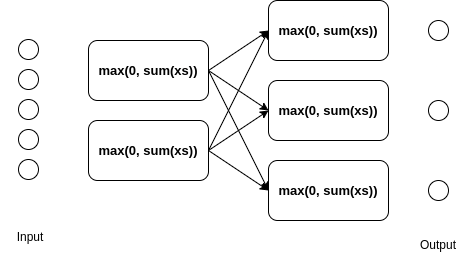
Earlier version of the draw.io export images/neural-network.drawio.png (vackosar/vackosar.github.io). Source tidied: cells renumbered, new cells last; positions are measured from the earlier drawing's top-left corner, leaving out a move shared by most shapes. Its diagram source:
```xml
<mxGraphModel>
  <root>
    <mxCell id="0" />
    <mxCell id="1" parent="0" />
    <mxCell id="2" value="&lt;b style=&quot;border-color: var(--border-color); font-size: 13px;&quot;&gt;max(0, sum(xs))&lt;/b&gt;" style="rounded=1;whiteSpace=wrap;html=1;" parent="1" vertex="1">
      <mxGeometry x="88" y="40" width="120" height="60" as="geometry" />
    </mxCell>
    <mxCell id="3" value="&lt;b style=&quot;border-color: var(--border-color); font-size: 13px;&quot;&gt;max(0, sum(xs))&lt;/b&gt;" style="rounded=1;whiteSpace=wrap;html=1;" parent="1" vertex="1">
      <mxGeometry x="88" y="120" width="120" height="60" as="geometry" />
    </mxCell>
    <mxCell id="4" value="&lt;b style=&quot;border-color: var(--border-color); font-size: 13px;&quot;&gt;max(0, sum(xs))&lt;/b&gt;" style="rounded=1;whiteSpace=wrap;html=1;" parent="1" vertex="1">
      <mxGeometry x="268" width="120" height="60" as="geometry" />
    </mxCell>
    <mxCell id="5" value="&lt;b style=&quot;border-color: var(--border-color); font-size: 13px;&quot;&gt;max(0, sum(xs))&lt;/b&gt;" style="rounded=1;whiteSpace=wrap;html=1;" parent="1" vertex="1">
      <mxGeometry x="268" y="80" width="120" height="60" as="geometry" />
    </mxCell>
    <mxCell id="6" value="&lt;b style=&quot;border-color: var(--border-color); font-size: 13px;&quot;&gt;max(0, sum(xs))&lt;/b&gt;" style="rounded=1;whiteSpace=wrap;html=1;" parent="1" vertex="1">
      <mxGeometry x="268" y="160" width="120" height="60" as="geometry" />
    </mxCell>
    <mxCell id="7" style="endArrow=classic;html=1;rounded=0;exitX=1;exitY=0.5;exitDx=0;exitDy=0;entryX=0;entryY=0.5;entryDx=0;entryDy=0;" parent="1" edge="1" source="3" target="6">
      <mxGeometry relative="1" as="geometry" />
    </mxCell>
    <mxCell id="8" style="endArrow=classic;html=1;rounded=0;exitX=1;exitY=0.5;exitDx=0;exitDy=0;entryX=0;entryY=0.5;entryDx=0;entryDy=0;" parent="1" edge="1" source="2" target="4">
      <mxGeometry relative="1" as="geometry" />
    </mxCell>
    <mxCell id="9" style="endArrow=classic;html=1;rounded=0;exitX=1;exitY=0.5;exitDx=0;exitDy=0;entryX=0;entryY=0.5;entryDx=0;entryDy=0;" parent="1" edge="1" source="2" target="5">
      <mxGeometry relative="1" as="geometry" />
    </mxCell>
    <mxCell id="10" style="endArrow=classic;html=1;rounded=0;exitX=1;exitY=0.5;exitDx=0;exitDy=0;entryX=0;entryY=0.5;entryDx=0;entryDy=0;" parent="1" edge="1" source="2" target="6">
      <mxGeometry relative="1" as="geometry" />
    </mxCell>
    <mxCell id="11" style="endArrow=classic;html=1;rounded=0;exitX=1;exitY=0.5;exitDx=0;exitDy=0;entryX=0;entryY=0.5;entryDx=0;entryDy=0;" parent="1" edge="1" source="3" target="5">
      <mxGeometry relative="1" as="geometry" />
    </mxCell>
    <mxCell id="12" style="endArrow=classic;html=1;rounded=0;exitX=1;exitY=0.5;exitDx=0;exitDy=0;entryX=0;entryY=0.5;entryDx=0;entryDy=0;" parent="1" edge="1" source="3" target="4">
      <mxGeometry relative="1" as="geometry" />
    </mxCell>
    <mxCell id="13" style="ellipse;whiteSpace=wrap;html=1;" parent="1" vertex="1">
      <mxGeometry x="18" y="39" width="20" height="20" as="geometry" />
    </mxCell>
    <mxCell id="14" style="ellipse;whiteSpace=wrap;html=1;" parent="1" vertex="1">
      <mxGeometry x="18" y="69" width="20" height="20" as="geometry" />
    </mxCell>
    <mxCell id="15" style="ellipse;whiteSpace=wrap;html=1;" parent="1" vertex="1">
      <mxGeometry x="18" y="99" width="20" height="20" as="geometry" />
    </mxCell>
    <mxCell id="16" style="ellipse;whiteSpace=wrap;html=1;" parent="1" vertex="1">
      <mxGeometry x="18" y="129" width="20" height="20" as="geometry" />
    </mxCell>
    <mxCell id="17" style="ellipse;whiteSpace=wrap;html=1;" parent="1" vertex="1">
      <mxGeometry x="18" y="159" width="20" height="20" as="geometry" />
    </mxCell>
    <mxCell id="18" style="ellipse;whiteSpace=wrap;html=1;" parent="1" vertex="1">
      <mxGeometry x="428" y="20" width="20" height="20" as="geometry" />
    </mxCell>
    <mxCell id="19" style="ellipse;whiteSpace=wrap;html=1;" parent="1" vertex="1">
      <mxGeometry x="428" y="100" width="20" height="20" as="geometry" />
    </mxCell>
    <mxCell id="20" style="ellipse;whiteSpace=wrap;html=1;" parent="1" vertex="1">
      <mxGeometry x="428" y="180" width="20" height="20" as="geometry" />
    </mxCell>
    <mxCell id="21" value="Input" style="text;html=1;strokeColor=none;fillColor=none;align=center;verticalAlign=middle;whiteSpace=wrap;rounded=0;" parent="1" vertex="1">
      <mxGeometry y="222" width="60" height="30" as="geometry" />
    </mxCell>
    <mxCell id="22" value="Output" style="text;html=1;strokeColor=none;fillColor=none;align=center;verticalAlign=middle;whiteSpace=wrap;rounded=0;" parent="1" vertex="1">
      <mxGeometry x="408" y="230" width="60" height="30" as="geometry" />
    </mxCell>
  </root>
</mxGraphModel>
```
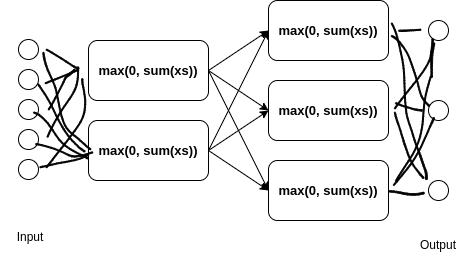
After the commit.

Commit message:
neural network image

Change to the diagram source:
```diff
@@ -65,5 +65,65 @@
     <mxCell id="22" value="Output" style="text;html=1;strokeColor=none;fillColor=none;align=center;verticalAlign=middle;whiteSpace=wrap;rounded=0;" parent="1" vertex="1">
       <mxGeometry x="408" y="230" width="60" height="30" as="geometry" />
     </mxCell>
+    <mxCell id="23" style="shape=(stored shape, 888 characters);lineShape=1;" parent="1" vertex="1">
+      <mxGeometry x="45.5" y="48.6" width="32.8" height="20.1" as="geometry" />
+    </mxCell>
+    <mxCell id="24" style="shape=(stored shape, 856 characters);lineShape=1;" parent="1" vertex="1">
+      <mxGeometry x="44.5" y="68.8" width="33.4" height="14.5" as="geometry" />
+    </mxCell>
+    <mxCell id="25" style="shape=(stored shape, 948 characters);lineShape=1;" parent="1" vertex="1">
+      <mxGeometry x="47.6" y="68.8" width="27.1" height="40.7" as="geometry" />
+    </mxCell>
+    <mxCell id="26" style="shape=(stored shape, 1124 characters);lineShape=1;" parent="1" vertex="1">
+      <mxGeometry x="46.6" y="66.4" width="31.6" height="70.4" as="geometry" />
+    </mxCell>
+    <mxCell id="27" style="shape=(stored shape, 1192 characters);lineShape=1;" parent="1" vertex="1">
+      <mxGeometry x="45.5" y="78.2" width="39.7" height="89.1" as="geometry" />
+    </mxCell>
+    <mxCell id="28" style="shape=(stored shape, 1568 characters);lineShape=1;" parent="1" vertex="1">
+      <mxGeometry x="42.3" y="51.7" width="48" height="97.5" as="geometry" />
+    </mxCell>
+    <mxCell id="29" style="shape=(stored shape, 1280 characters);lineShape=1;" parent="1" vertex="1">
+      <mxGeometry x="37.1" y="83.2" width="47.4" height="68.2" as="geometry" />
+    </mxCell>
+    <mxCell id="30" style="shape=(stored shape, 1212 characters);lineShape=1;" parent="1" vertex="1">
+      <mxGeometry x="32.9" y="111.5" width="54.5" height="46.8" as="geometry" />
+    </mxCell>
+    <mxCell id="31" style="shape=(stored shape, 1068 characters);lineShape=1;" parent="1" vertex="1">
+      <mxGeometry x="35" y="143" width="57.2" height="13.6" as="geometry" />
+    </mxCell>
+    <mxCell id="32" style="shape=(stored shape, 1020 characters);lineShape=1;" parent="1" vertex="1">
+      <mxGeometry x="39.2" y="154" width="48.8" height="13.2" as="geometry" />
+    </mxCell>
+    <mxCell id="33" style="shape=(stored shape, 812 characters);lineShape=1;" parent="1" vertex="1">
+      <mxGeometry x="398" y="28.8" width="22.3" height="2.3" as="geometry" />
+    </mxCell>
+    <mxCell id="34" style="shape=(stored shape, 1120 characters);lineShape=1;" parent="1" vertex="1">
+      <mxGeometry x="393.9" y="38.1" width="39.1" height="70.4" as="geometry" />
+    </mxCell>
+    <mxCell id="35" style="shape=(stored shape, 1200 characters);lineShape=1;" parent="1" vertex="1">
+      <mxGeometry x="394.9" y="75.6" width="35.8" height="105.2" as="geometry" />
+    </mxCell>
+    <mxCell id="36" style="shape=(stored shape, 1316 characters);lineShape=1;" parent="1" vertex="1">
+      <mxGeometry x="390.7" y="34.9" width="38.4" height="71" as="geometry" />
+    </mxCell>
+    <mxCell id="37" style="shape=(stored shape, 864 characters);lineShape=1;" parent="1" vertex="1">
+      <mxGeometry x="394.9" y="102.1" width="27" height="8.6" as="geometry" />
+    </mxCell>
+    <mxCell id="38" style="shape=(stored shape, 1076 characters);lineShape=1;" parent="1" vertex="1">
+      <mxGeometry x="392.8" y="117.1" width="41.1" height="68" as="geometry" />
+    </mxCell>
+    <mxCell id="39" style="shape=(stored shape, 972 characters);lineShape=1;" parent="1" vertex="1">
+      <mxGeometry x="430.2" y="42.3" width="4" height="34.9" as="geometry" />
+    </mxCell>
+    <mxCell id="40" style="shape=(stored shape, 1332 characters);lineShape=1;" parent="1" vertex="1">
+      <mxGeometry x="393.8" y="111.6" width="29.6" height="66.4" as="geometry" />
+    </mxCell>
+    <mxCell id="41" style="shape=(stored shape, 1072 characters);lineShape=1;" parent="1" vertex="1">
+      <mxGeometry x="388.4" y="190.1" width="35.3" height="4.7" as="geometry" />
+    </mxCell>
+    <mxCell id="42" style="shape=(stored shape, 1980 characters);lineShape=1;" parent="1" vertex="1">
+      <mxGeometry x="390.7" y="22.4" width="36.1" height="156.6" as="geometry" />
+    </mxCell>
   </root>
 </mxGraphModel>
```
